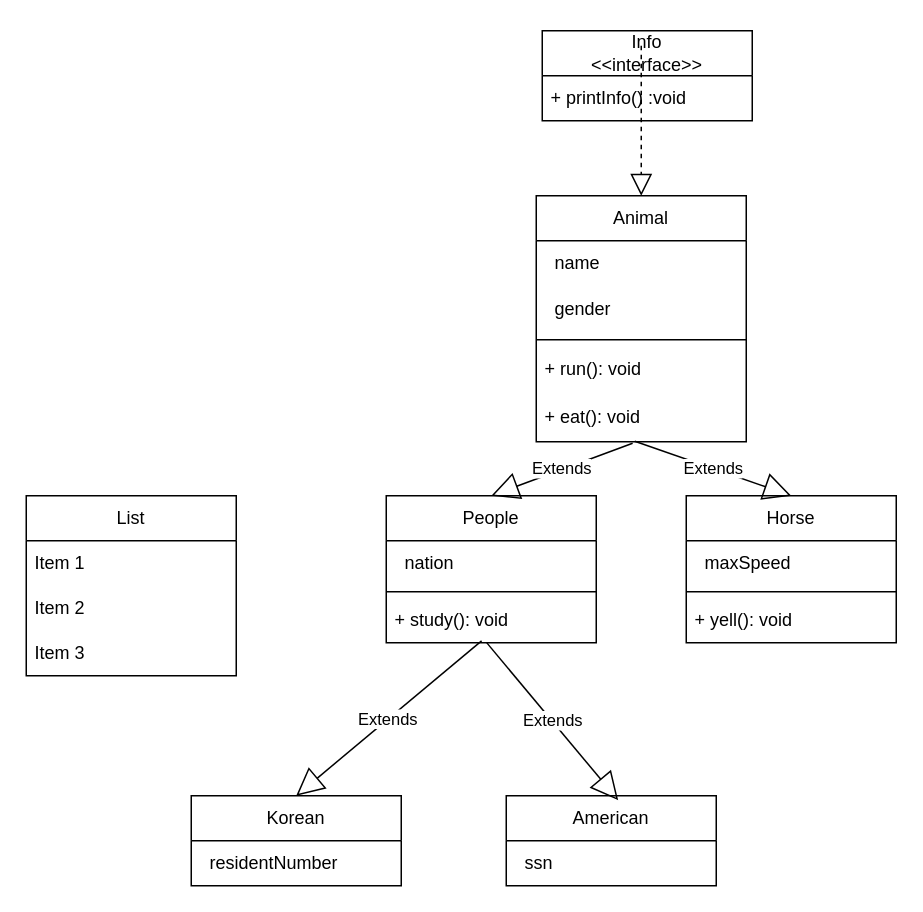
Before: download/class-java/people_test.drawio in haji8-thehaji/lecture-java, a draw.io diagram. Source tidied: cells renumbered, new cells numbered last; positions are measured from the earlier drawing's top-left corner, leaving out a move shared by most shapes. Both pictures are drawn from the tidied source at 150%, with x=0, y=0 at pixel (26, 30).
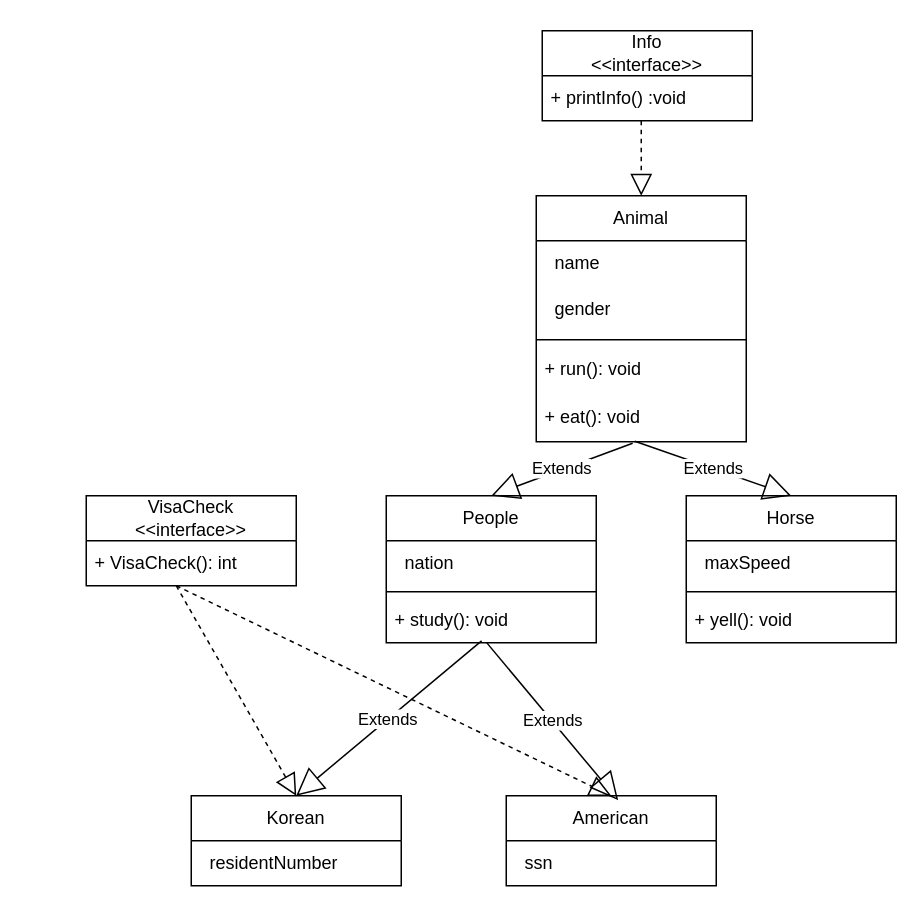
After the change.

The change refers to these unchanged cells:
```xml
<mxCell id="2" value="Animal" style="swimlane;fontStyle=0;horizontal=1;startSize=30;whiteSpace=wrap;html=1;" parent="1" vertex="1">
  <mxGeometry x="340" y="110" width="140" height="164" as="geometry" />
</mxCell>
```

Diff of the diagram source:
```diff
@@
-    <mxCell id="22" value="List" style="swimlane;fontStyle=0;horizontal=1;startSize=30;whiteSpace=wrap;html=1;" parent="1" vertex="1">
-      <mxGeometry y="310" width="140" height="120" as="geometry" />
+    <mxCell id="22" value="VisaCheck&lt;br&gt;&amp;lt;&amp;lt;interface&amp;gt;&amp;gt;" style="swimlane;fontStyle=0;horizontal=1;startSize=30;whiteSpace=wrap;html=1;" parent="1" vertex="1">
+      <mxGeometry x="40" y="310" width="140" height="60" as="geometry" />
     </mxCell>
-    <mxCell id="23" value="Item 1" style="text;strokeColor=none;fillColor=none;align=left;verticalAlign=middle;spacingLeft=4;spacingRight=4;overflow=hidden;whiteSpace=wrap;html=1;" parent="22" vertex="1">
+    <mxCell id="23" value="+&amp;nbsp;VisaCheck(): int" style="text;strokeColor=none;fillColor=none;align=left;verticalAlign=middle;spacingLeft=4;spacingRight=4;overflow=hidden;whiteSpace=wrap;html=1;" parent="22" vertex="1">
       <mxGeometry y="30" width="140" height="30" as="geometry" />
     </mxCell>
-    <mxCell id="24" value="Item 2" style="text;strokeColor=none;fillColor=none;align=left;verticalAlign=middle;spacingLeft=4;spacingRight=4;overflow=hidden;whiteSpace=wrap;html=1;" parent="22" vertex="1">
-      <mxGeometry y="60" width="140" height="30" as="geometry" />
-    </mxCell>
-    <mxCell id="25" value="Item 3" style="text;strokeColor=none;fillColor=none;align=left;verticalAlign=middle;spacingLeft=4;spacingRight=4;overflow=hidden;whiteSpace=wrap;html=1;" parent="22" vertex="1">
-      <mxGeometry y="90" width="140" height="30" as="geometry" />
-    </mxCell>
     <mxCell id="26" style="endArrow=block;dashed=1;endFill=0;endSize=12;html=1;rounded=0;entryX=0.5;entryY=0;entryDx=0;entryDy=0;" parent="1" edge="1" target="2">
       <mxGeometry relative="1" as="geometry">
-        <mxPoint x="410" y="10" as="sourcePoint" />
+        <mxPoint x="410" y="60" as="sourcePoint" />
       </mxGeometry>
     </mxCell>
@@
+    <mxCell id="31" style="endArrow=block;dashed=1;endFill=0;endSize=12;html=1;rounded=0;" parent="1" edge="1">
+      <mxGeometry relative="1" as="geometry">
+        <mxPoint x="100" y="370" as="sourcePoint" />
+        <mxPoint x="390" y="510" as="targetPoint" />
+      </mxGeometry>
+    </mxCell>
+    <mxCell id="32" style="endArrow=block;dashed=1;endFill=0;endSize=12;html=1;rounded=0;" parent="1" edge="1">
+      <mxGeometry relative="1" as="geometry">
+        <mxPoint x="100" y="370" as="sourcePoint" />
+        <mxPoint x="180" y="510" as="targetPoint" />
+      </mxGeometry>
+    </mxCell>
```
